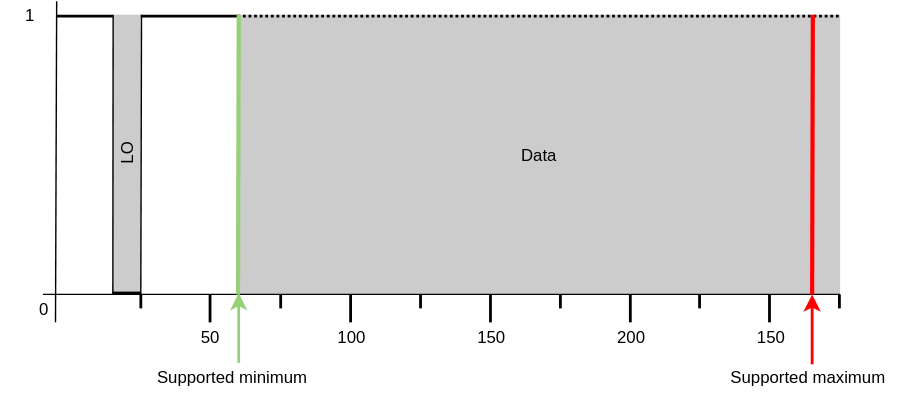
This is images/interlodata-spacing.svg from sabas1080/jacdac, a draw.io export, as it was before one commit. Source tidied: cells renumbered, new cells last; positions are measured from the earlier drawing's top-left corner, leaving out a move shared by most shapes. Source of this version:
```xml
<mxGraphModel background="#ffffff">
  <root>
    <mxCell id="0" />
    <mxCell id="1" parent="0" />
    <mxCell id="2" value="LO" style="whiteSpace=wrap;html=1;dashed=1;dashPattern=1 1;fillColor=#CCCCCC;strokeColor=none;gradientColor=none;gradientDirection=north;horizontal=0;" parent="1" vertex="1">
      <mxGeometry x="80" y="10" width="20" height="200" as="geometry" />
    </mxCell>
    <mxCell id="3" value="Data" style="whiteSpace=wrap;html=1;dashed=1;dashPattern=1 1;fillColor=#CCCCCC;strokeColor=none;gradientColor=none;gradientDirection=north;" parent="1" vertex="1">
      <mxGeometry x="170" y="10" width="430" height="200" as="geometry" />
    </mxCell>
    <mxCell id="4" style="endArrow=none;html=1;exitX=1.021;exitY=0.021;exitPerimeter=0;" parent="1" edge="1">
      <mxGeometry relative="1" as="geometry">
        <mxPoint x="39.8" y="0.4" as="sourcePoint" />
        <mxPoint x="39" y="230" as="targetPoint" />
      </mxGeometry>
    </mxCell>
    <mxCell id="5" value="1&lt;br&gt;" style="text;html=1;strokeColor=none;fillColor=none;align=center;verticalAlign=middle;whiteSpace=wrap;rounded=0;" parent="1" vertex="1">
      <mxGeometry width="40" height="20" as="geometry" />
    </mxCell>
    <mxCell id="6" style="line;strokeWidth=2;html=1;" parent="1" vertex="1">
      <mxGeometry x="40" y="6" width="40" height="10" as="geometry" />
    </mxCell>
    <mxCell id="7" style="line;strokeWidth=2;html=1;" parent="1" vertex="1">
      <mxGeometry x="100" y="6" width="70" height="10" as="geometry" />
    </mxCell>
    <mxCell id="8" style="line;strokeWidth=2;html=1;dashed=1;dashPattern=1 1;" parent="1" vertex="1">
      <mxGeometry x="169" y="6" width="431" height="10" as="geometry" />
    </mxCell>
    <mxCell id="9" style="endArrow=none;html=1;entryX=1;entryY=0.5;entryPerimeter=0;" parent="1" edge="1">
      <mxGeometry relative="1" as="geometry">
        <mxPoint x="80" y="210" as="sourcePoint" />
        <mxPoint x="80.2" y="10" as="targetPoint" />
      </mxGeometry>
    </mxCell>
    <mxCell id="10" style="endArrow=none;html=1;entryX=1;entryY=0.5;entryPerimeter=0;" parent="1" edge="1">
      <mxGeometry relative="1" as="geometry">
        <mxPoint x="100" y="210" as="sourcePoint" />
        <mxPoint x="100.5" y="10" as="targetPoint" />
      </mxGeometry>
    </mxCell>
    <mxCell id="11" style="endArrow=none;html=1;" parent="1" edge="1">
      <mxGeometry relative="1" as="geometry">
        <mxPoint x="600" y="210" as="sourcePoint" />
        <mxPoint x="30" y="210" as="targetPoint" />
      </mxGeometry>
    </mxCell>
    <mxCell id="12" value="0&lt;br&gt;" style="text;html=1;strokeColor=none;fillColor=none;align=center;verticalAlign=middle;whiteSpace=wrap;rounded=0;" parent="1" vertex="1">
      <mxGeometry x="10" y="210" width="40" height="20" as="geometry" />
    </mxCell>
    <mxCell id="13" value="50&lt;br&gt;" style="text;html=1;strokeColor=none;fillColor=none;align=center;verticalAlign=middle;whiteSpace=wrap;rounded=0;dashed=1;dashPattern=1 1;" parent="1" vertex="1">
      <mxGeometry x="130" y="230" width="40" height="20" as="geometry" />
    </mxCell>
    <mxCell id="14" style="endArrow=none;html=1;strokeWidth=2;" parent="1" edge="1">
      <mxGeometry relative="1" as="geometry">
        <mxPoint x="149.5" y="230" as="sourcePoint" />
        <mxPoint x="149.5" y="210" as="targetPoint" />
      </mxGeometry>
    </mxCell>
    <mxCell id="15" value="100&lt;br&gt;" style="text;html=1;strokeColor=none;fillColor=none;align=center;verticalAlign=middle;whiteSpace=wrap;rounded=0;dashed=1;dashPattern=1 1;" parent="1" vertex="1">
      <mxGeometry x="230" y="230" width="40" height="20" as="geometry" />
    </mxCell>
    <mxCell id="16" style="endArrow=none;html=1;strokeWidth=2;" parent="1" edge="1">
      <mxGeometry relative="1" as="geometry">
        <mxPoint x="100" y="210" as="sourcePoint" />
        <mxPoint x="100" y="220" as="targetPoint" />
      </mxGeometry>
    </mxCell>
    <mxCell id="17" style="endArrow=none;html=1;strokeWidth=2;" parent="1" edge="1">
      <mxGeometry relative="1" as="geometry">
        <mxPoint x="200" y="210" as="sourcePoint" />
        <mxPoint x="200" y="220" as="targetPoint" />
      </mxGeometry>
    </mxCell>
    <mxCell id="18" style="endArrow=none;html=1;strokeWidth=2;" parent="1" edge="1">
      <mxGeometry relative="1" as="geometry">
        <mxPoint x="250" y="230" as="sourcePoint" />
        <mxPoint x="250" y="210" as="targetPoint" />
      </mxGeometry>
    </mxCell>
    <mxCell id="19" value="150&lt;br&gt;" style="text;html=1;strokeColor=none;fillColor=none;align=center;verticalAlign=middle;whiteSpace=wrap;rounded=0;dashed=1;dashPattern=1 1;" parent="1" vertex="1">
      <mxGeometry x="330" y="230" width="40" height="20" as="geometry" />
    </mxCell>
    <mxCell id="20" style="endArrow=none;html=1;strokeWidth=2;" parent="1" edge="1">
      <mxGeometry relative="1" as="geometry">
        <mxPoint x="300" y="210" as="sourcePoint" />
        <mxPoint x="300" y="220" as="targetPoint" />
      </mxGeometry>
    </mxCell>
    <mxCell id="21" style="endArrow=none;html=1;strokeWidth=2;" parent="1" edge="1">
      <mxGeometry relative="1" as="geometry">
        <mxPoint x="350" y="230" as="sourcePoint" />
        <mxPoint x="350" y="210" as="targetPoint" />
      </mxGeometry>
    </mxCell>
    <mxCell id="22" style="endArrow=none;html=1;strokeWidth=2;" parent="1" edge="1">
      <mxGeometry relative="1" as="geometry">
        <mxPoint x="400" y="210" as="sourcePoint" />
        <mxPoint x="400" y="220" as="targetPoint" />
      </mxGeometry>
    </mxCell>
    <mxCell id="23" style="line;strokeWidth=2;html=1;" parent="1" vertex="1">
      <mxGeometry x="80" y="204" width="20" height="10" as="geometry" />
    </mxCell>
    <mxCell id="24" style="endArrow=none;html=1;strokeWidth=2;" parent="1" edge="1">
      <mxGeometry relative="1" as="geometry">
        <mxPoint x="450" y="230" as="sourcePoint" />
        <mxPoint x="450" y="210" as="targetPoint" />
      </mxGeometry>
    </mxCell>
    <mxCell id="25" value="200&lt;br&gt;" style="text;html=1;strokeColor=none;fillColor=none;align=center;verticalAlign=middle;whiteSpace=wrap;rounded=0;dashed=1;dashPattern=1 1;" parent="1" vertex="1">
      <mxGeometry x="430" y="230" width="40" height="20" as="geometry" />
    </mxCell>
    <mxCell id="26" style="endArrow=none;html=1;entryX=1;entryY=0.5;entryPerimeter=0;strokeColor=#97D077;strokeWidth=3;" parent="1" edge="1">
      <mxGeometry relative="1" as="geometry">
        <mxPoint x="169.5" y="210" as="sourcePoint" />
        <mxPoint x="170" y="10" as="targetPoint" />
      </mxGeometry>
    </mxCell>
    <mxCell id="27" style="endArrow=classic;html=1;fillColor=#cdeb8b;strokeColor=#97D077;comic=0;strokeWidth=2;" parent="1" edge="1">
      <mxGeometry relative="1" as="geometry">
        <mxPoint x="170" y="259" as="sourcePoint" />
        <mxPoint x="170" y="209" as="targetPoint" />
      </mxGeometry>
    </mxCell>
    <mxCell id="28" style="endArrow=classic;html=1;strokeWidth=2;strokeColor=#FF0000;" parent="1" edge="1">
      <mxGeometry relative="1" as="geometry">
        <mxPoint x="580" y="260" as="sourcePoint" />
        <mxPoint x="580" y="210" as="targetPoint" />
      </mxGeometry>
    </mxCell>
    <mxCell id="29" value="Supported minimum&lt;br&gt;" style="text;html=1;align=left;verticalAlign=top;spacingTop=-4;" parent="1" vertex="1">
      <mxGeometry x="110" y="260" width="120" height="20" as="geometry" />
    </mxCell>
    <mxCell id="30" value="Supported maximum&lt;br&gt;" style="text;html=1;align=left;verticalAlign=top;spacingTop=-4;" parent="1" vertex="1">
      <mxGeometry x="520" y="260" width="130" height="20" as="geometry" />
    </mxCell>
    <mxCell id="31" value="150&lt;br&gt;" style="text;html=1;strokeColor=none;fillColor=none;align=center;verticalAlign=middle;whiteSpace=wrap;rounded=0;dashed=1;dashPattern=1 1;" parent="1" vertex="1">
      <mxGeometry x="529.5" y="230" width="40" height="20" as="geometry" />
    </mxCell>
    <mxCell id="32" style="endArrow=none;html=1;strokeWidth=2;" parent="1" edge="1">
      <mxGeometry relative="1" as="geometry">
        <mxPoint x="499.5" y="210" as="sourcePoint" />
        <mxPoint x="499.5" y="220" as="targetPoint" />
      </mxGeometry>
    </mxCell>
    <mxCell id="33" style="endArrow=none;html=1;strokeWidth=2;" parent="1" edge="1">
      <mxGeometry relative="1" as="geometry">
        <mxPoint x="549.5" y="230" as="sourcePoint" />
        <mxPoint x="549.5" y="210" as="targetPoint" />
      </mxGeometry>
    </mxCell>
    <mxCell id="34" style="endArrow=none;html=1;strokeWidth=2;" parent="1" edge="1">
      <mxGeometry relative="1" as="geometry">
        <mxPoint x="599.5" y="210" as="sourcePoint" />
        <mxPoint x="599.5" y="220" as="targetPoint" />
      </mxGeometry>
    </mxCell>
    <mxCell id="35" style="endArrow=none;html=1;entryX=1;entryY=0.5;entryPerimeter=0;strokeColor=#FF0000;strokeWidth=3;" parent="1" edge="1">
      <mxGeometry relative="1" as="geometry">
        <mxPoint x="580" y="210" as="sourcePoint" />
        <mxPoint x="580.5" y="10" as="targetPoint" />
      </mxGeometry>
    </mxCell>
  </root>
</mxGraphModel>
```
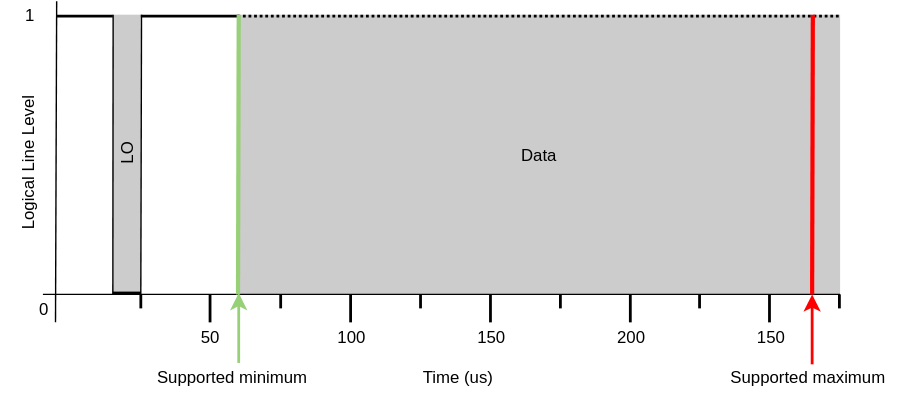
The same file after the commit.

Diff of the diagram source:
```diff
@@ -161,5 +161,11 @@
         <mxPoint x="580.5" y="10" as="targetPoint" />
       </mxGeometry>
     </mxCell>
+    <mxCell id="36" value="Time (us)" style="text;html=1;align=left;verticalAlign=top;spacingTop=-4;" parent="1" vertex="1">
+      <mxGeometry x="300" y="260" width="70" height="20" as="geometry" />
+    </mxCell>
+    <mxCell id="37" value="&lt;span&gt;Logical Line Level&lt;/span&gt;" style="text;html=1;align=left;verticalAlign=top;spacingTop=-4;horizontal=0;fontStyle=0;" parent="1" vertex="1">
+      <mxGeometry x="10" y="56" width="30" height="110" as="geometry" />
+    </mxCell>
   </root>
 </mxGraphModel>
```
